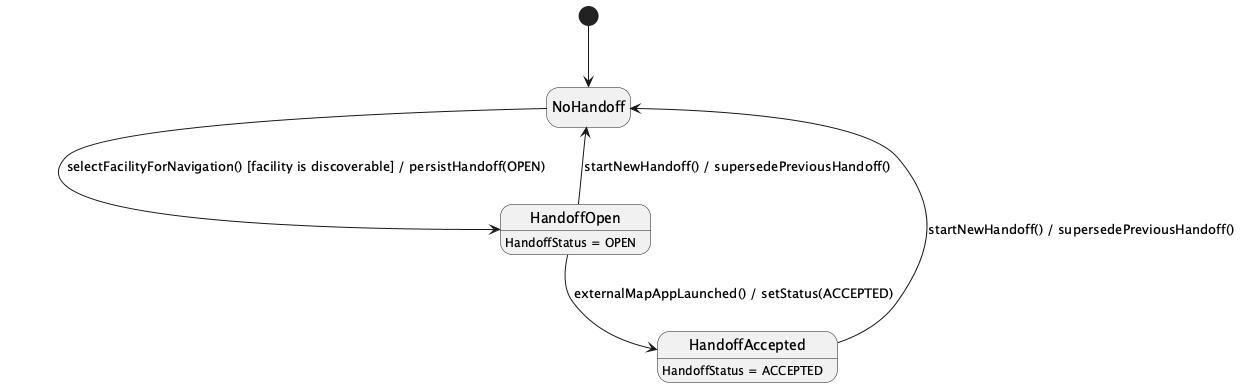
This is 03_Design/Detailed_Design/MF07_Emergency_Map_Nearby_Care_Support/images/01_Emergency_Map_Facility_Route_and_Navigation_StateChartDiagram.png from ChuongBDHE172784/CareBridge_SEP490_G79, a PlantUML export, as it was before one commit.
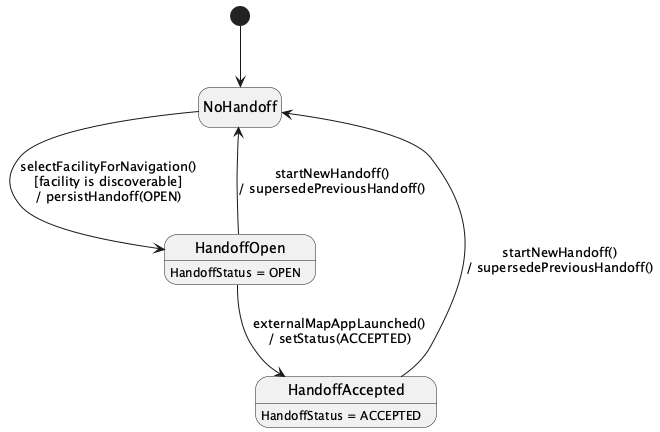
The same diagram one commit later.

The edit, as a diff of the source:
```diff
@@ -1,11 +1,11 @@
-@startuml
+@startuml StateChartDiagram_01EmergencyMapFacilityRouteandNavigation
 hide empty description
 [*] --> NoHandoff
 
-NoHandoff --> HandoffOpen : selectFacilityForNavigation() [facility is discoverable] / persistHandoff(OPEN)
-HandoffOpen --> HandoffAccepted : externalMapAppLaunched() / setStatus(ACCEPTED)
-HandoffOpen --> NoHandoff : startNewHandoff() / supersedePreviousHandoff()
-HandoffAccepted --> NoHandoff : startNewHandoff() / supersedePreviousHandoff()
+NoHandoff --> HandoffOpen : selectFacilityForNavigation()\n[facility is discoverable]\n/ persistHandoff(OPEN)
+HandoffOpen --> HandoffAccepted : externalMapAppLaunched()\n/ setStatus(ACCEPTED)
+HandoffOpen --> NoHandoff : startNewHandoff()\n/ supersedePreviousHandoff()
+HandoffAccepted --> NoHandoff : startNewHandoff()\n/ supersedePreviousHandoff()
 
 HandoffOpen : HandoffStatus = OPEN
 HandoffAccepted : HandoffStatus = ACCEPTED
```
